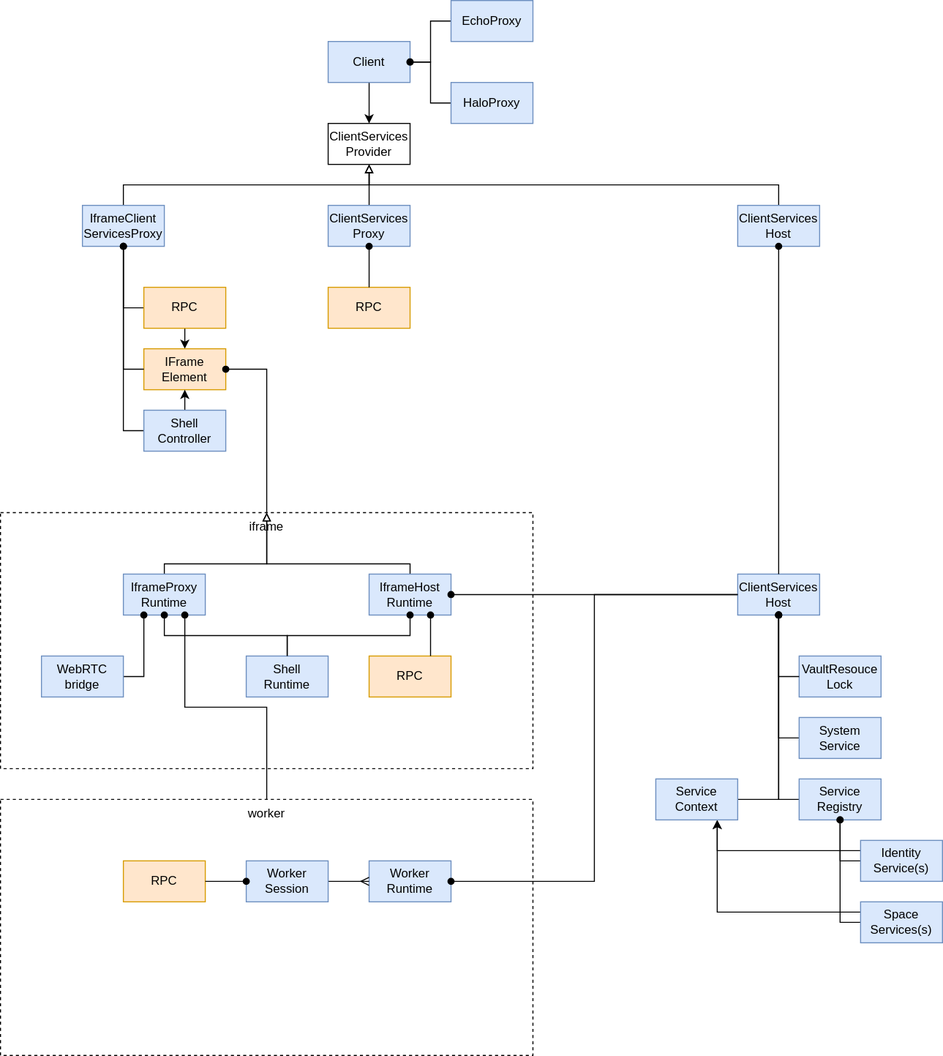
Above: docs/docs/design/diagrams/client-services-class.drawio.svg in dxos/dxos (draw.io), before the change. Source tidied: cells renumbered, new cells last; positions are measured from the earlier drawing's top-left corner, leaving out a move shared by most shapes.
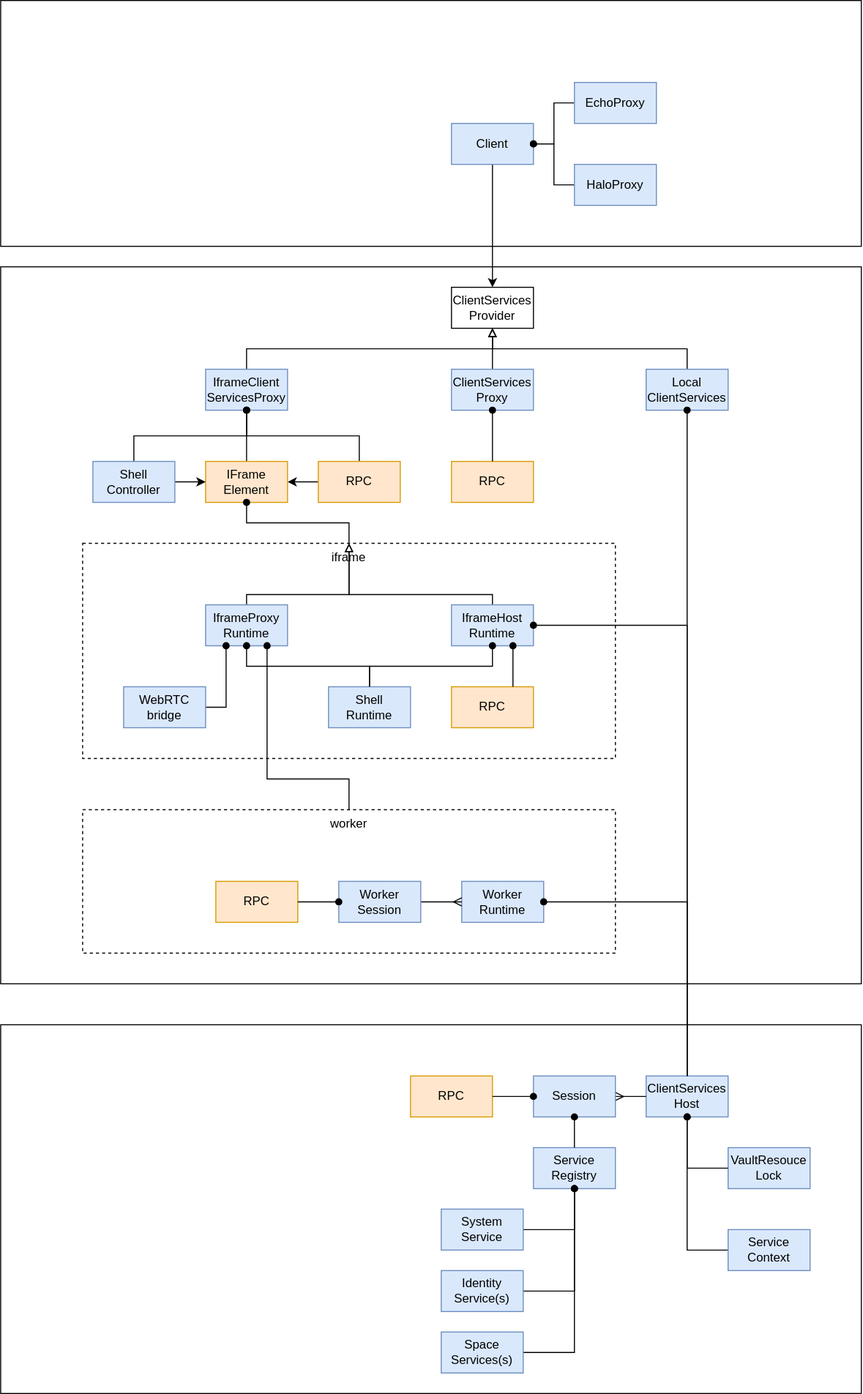
Above is the later version.

What changed in the source:
```diff
@@ -4,6 +4,15 @@
     <mxCell id="1" parent="0" />
+    <mxCell id="63" style="rounded=0;whiteSpace=wrap;html=1;fillColor=default;verticalAlign=top;" parent="1" vertex="1">
+      <mxGeometry x="-120" y="100" width="840" height="700" as="geometry" />
+    </mxCell>
+    <mxCell id="64" style="rounded=0;whiteSpace=wrap;html=1;fillColor=default;verticalAlign=top;" parent="1" vertex="1">
+      <mxGeometry x="-120" y="840" width="840" height="360" as="geometry" />
+    </mxCell>
+    <mxCell id="65" style="rounded=0;whiteSpace=wrap;html=1;fillColor=default;verticalAlign=top;" parent="1" vertex="1">
+      <mxGeometry x="-120" y="-160" width="840" height="240" as="geometry" />
+    </mxCell>
     <mxCell id="2" value="iframe" style="rounded=0;whiteSpace=wrap;html=1;dashed=1;fillColor=none;verticalAlign=top;" parent="1" vertex="1">
-      <mxGeometry y="500" width="520" height="250" as="geometry" />
+      <mxGeometry x="-40" y="370" width="520" height="210" as="geometry" />
     </mxCell>
-    <mxCell id="3" style="edgeStyle=none;html=1;exitX=0.5;exitY=1;exitDx=0;exitDy=0;entryX=0.5;entryY=0;entryDx=0;entryDy=0;" parent="1" edge="1" source="4" target="5">
+    <mxCell id="3" style="edgeStyle=none;html=1;exitX=0.5;exitY=1;exitDx=0;exitDy=0;" parent="1" edge="1" source="4" target="5">
       <mxGeometry relative="1" as="geometry" />
@@ -11,3 +20,3 @@
     <mxCell id="4" value="Client" style="rounded=0;whiteSpace=wrap;html=1;fillColor=#dae8fc;strokeColor=#6c8ebf;" parent="1" vertex="1">
-      <mxGeometry x="320" y="40" width="80" height="40" as="geometry" />
+      <mxGeometry x="320" y="-40" width="80" height="40" as="geometry" />
     </mxCell>
@@ -16,6 +25,6 @@
     </mxCell>
-    <mxCell id="6" style="edgeStyle=orthogonalEdgeStyle;rounded=0;html=1;exitX=0.5;exitY=0;exitDx=0;exitDy=0;entryX=0.5;entryY=1;entryDx=0;entryDy=0;endArrow=block;endFill=0;" parent="1" edge="1" source="61" target="5">
+    <mxCell id="6" style="edgeStyle=orthogonalEdgeStyle;rounded=0;html=1;entryX=0.5;entryY=1;entryDx=0;entryDy=0;endArrow=block;endFill=0;exitX=0.5;exitY=0;exitDx=0;exitDy=0;" parent="1" edge="1" source="66" target="5">
       <mxGeometry relative="1" as="geometry">
         <Array as="points">
-          <mxPoint x="760" y="180" />
+          <mxPoint x="550" y="180" />
           <mxPoint x="360" y="180" />
@@ -25,3 +34,3 @@
     <mxCell id="7" value="ClientServices&lt;br&gt;Host" style="rounded=0;whiteSpace=wrap;html=1;fillColor=#dae8fc;strokeColor=#6c8ebf;" parent="1" vertex="1">
-      <mxGeometry x="720" y="560" width="80" height="40" as="geometry" />
+      <mxGeometry x="510" y="890" width="80" height="40" as="geometry" />
     </mxCell>
@@ -34,3 +43,8 @@
     <mxCell id="10" style="edgeStyle=orthogonalEdgeStyle;html=1;exitX=0.5;exitY=0;exitDx=0;exitDy=0;entryX=0.5;entryY=1;entryDx=0;entryDy=0;endArrow=block;endFill=0;rounded=0;" parent="1" edge="1" source="11" target="5">
-      <mxGeometry relative="1" as="geometry" />
+      <mxGeometry relative="1" as="geometry">
+        <Array as="points">
+          <mxPoint x="120" y="180" />
+          <mxPoint x="360" y="180" />
+        </Array>
+      </mxGeometry>
     </mxCell>
@@ -40,8 +54,8 @@
     <mxCell id="12" value="RPC" style="rounded=0;whiteSpace=wrap;html=1;fillColor=#ffe6cc;strokeColor=#d79b00;" parent="1" vertex="1">
-      <mxGeometry x="320" y="280" width="80" height="40" as="geometry" />
+      <mxGeometry x="320" y="290" width="80" height="40" as="geometry" />
     </mxCell>
-    <mxCell id="13" style="edgeStyle=orthogonalEdgeStyle;rounded=0;html=1;exitX=0;exitY=0.5;exitDx=0;exitDy=0;endArrow=oval;endFill=1;" parent="1" edge="1" source="15" target="11">
+    <mxCell id="13" style="edgeStyle=orthogonalEdgeStyle;rounded=0;html=1;exitX=0.5;exitY=0;exitDx=0;exitDy=0;endArrow=oval;endFill=1;" parent="1" edge="1" source="15" target="11">
       <mxGeometry relative="1" as="geometry" />
     </mxCell>
-    <mxCell id="14" style="edgeStyle=orthogonalEdgeStyle;rounded=0;html=1;exitX=0.5;exitY=1;exitDx=0;exitDy=0;entryX=0.5;entryY=0;entryDx=0;entryDy=0;endArrow=classic;endFill=1;" parent="1" edge="1" source="15" target="16">
+    <mxCell id="14" style="edgeStyle=orthogonalEdgeStyle;rounded=0;html=1;exitX=0;exitY=0.5;exitDx=0;exitDy=0;entryX=1;entryY=0.5;entryDx=0;entryDy=0;endArrow=classic;endFill=1;" parent="1" edge="1" source="15" target="16">
       <mxGeometry relative="1" as="geometry" />
@@ -49,6 +63,9 @@
     <mxCell id="15" value="RPC" style="rounded=0;whiteSpace=wrap;html=1;fillColor=#ffe6cc;strokeColor=#d79b00;" parent="1" vertex="1">
-      <mxGeometry x="140" y="280" width="80" height="40" as="geometry" />
+      <mxGeometry x="190" y="290" width="80" height="40" as="geometry" />
     </mxCell>
+    <mxCell id="18" style="edgeStyle=orthogonalEdgeStyle;rounded=0;html=1;exitX=0.5;exitY=0;exitDx=0;exitDy=0;endArrow=oval;endFill=1;" parent="1" edge="1" source="16" target="11">
+      <mxGeometry relative="1" as="geometry" />
+    </mxCell>
     <mxCell id="16" value="IFrame&lt;br&gt;Element" style="rounded=0;whiteSpace=wrap;html=1;fillColor=#ffe6cc;strokeColor=#d79b00;" parent="1" vertex="1">
-      <mxGeometry x="140" y="340" width="80" height="40" as="geometry" />
+      <mxGeometry x="80" y="290" width="80" height="40" as="geometry" />
     </mxCell>
@@ -57,9 +74,6 @@
     </mxCell>
-    <mxCell id="18" style="html=1;exitX=0;exitY=0.5;exitDx=0;exitDy=0;endArrow=oval;endFill=1;rounded=0;edgeStyle=orthogonalEdgeStyle;" parent="1" edge="1" source="16" target="11">
-      <mxGeometry relative="1" as="geometry" />
-    </mxCell>
-    <mxCell id="19" style="edgeStyle=orthogonalEdgeStyle;rounded=0;html=1;exitX=0;exitY=0.5;exitDx=0;exitDy=0;entryX=0.5;entryY=1;entryDx=0;entryDy=0;endArrow=oval;endFill=1;" parent="1" edge="1" source="21" target="11">
+    <mxCell id="19" style="edgeStyle=orthogonalEdgeStyle;rounded=0;html=1;exitX=0.5;exitY=0;exitDx=0;exitDy=0;entryX=0.5;entryY=1;entryDx=0;entryDy=0;endArrow=oval;endFill=1;" parent="1" edge="1" source="21" target="11">
       <mxGeometry relative="1" as="geometry" />
     </mxCell>
-    <mxCell id="20" style="edgeStyle=orthogonalEdgeStyle;rounded=0;html=1;exitX=0.5;exitY=0;exitDx=0;exitDy=0;entryX=0.5;entryY=1;entryDx=0;entryDy=0;endArrow=classic;endFill=1;" parent="1" edge="1" source="21" target="16">
+    <mxCell id="20" style="edgeStyle=orthogonalEdgeStyle;rounded=0;html=1;exitX=1;exitY=0.5;exitDx=0;exitDy=0;endArrow=classic;endFill=1;" parent="1" edge="1" source="21" target="16">
       <mxGeometry relative="1" as="geometry" />
@@ -67,41 +81,26 @@
     <mxCell id="21" value="Shell&lt;br&gt;Controller" style="rounded=0;whiteSpace=wrap;html=1;fillColor=#dae8fc;strokeColor=#6c8ebf;" parent="1" vertex="1">
-      <mxGeometry x="140" y="400" width="80" height="40" as="geometry" />
+      <mxGeometry x="-30" y="290" width="80" height="40" as="geometry" />
     </mxCell>
     <mxCell id="22" value="VaultResouce&lt;br&gt;Lock" style="rounded=0;whiteSpace=wrap;html=1;fillColor=#dae8fc;strokeColor=#6c8ebf;" parent="1" vertex="1">
-      <mxGeometry x="780" y="640" width="80" height="40" as="geometry" />
+      <mxGeometry x="590" y="960" width="80" height="40" as="geometry" />
     </mxCell>
-    <mxCell id="23" style="edgeStyle=orthogonalEdgeStyle;rounded=0;html=1;exitX=0;exitY=0.5;exitDx=0;exitDy=0;endArrow=oval;endFill=1;" parent="1" edge="1" source="24" target="7">
-      <mxGeometry relative="1" as="geometry" />
-    </mxCell>
     <mxCell id="24" value="Service&lt;br&gt;Registry" style="rounded=0;whiteSpace=wrap;html=1;fillColor=#dae8fc;strokeColor=#6c8ebf;" parent="1" vertex="1">
-      <mxGeometry x="780" y="760" width="80" height="40" as="geometry" />
+      <mxGeometry x="400" y="960" width="80" height="40" as="geometry" />
     </mxCell>
-    <mxCell id="25" style="edgeStyle=orthogonalEdgeStyle;rounded=0;html=1;exitX=0;exitY=0.5;exitDx=0;exitDy=0;endArrow=oval;endFill=1;" parent="1" edge="1" source="22" target="7">
+    <mxCell id="25" style="edgeStyle=orthogonalEdgeStyle;rounded=0;html=1;endArrow=oval;endFill=1;exitX=0;exitY=0.5;exitDx=0;exitDy=0;" parent="1" edge="1" source="22" target="7">
       <mxGeometry relative="1" as="geometry" />
     </mxCell>
-    <mxCell id="26" style="edgeStyle=orthogonalEdgeStyle;rounded=0;html=1;exitX=0;exitY=0.5;exitDx=0;exitDy=0;endArrow=oval;endFill=1;" parent="1" edge="1" source="27" target="7">
-      <mxGeometry relative="1" as="geometry" />
-    </mxCell>
-    <mxCell id="27" value="System&lt;br&gt;Service" style="rounded=0;whiteSpace=wrap;html=1;fillColor=#dae8fc;strokeColor=#6c8ebf;" parent="1" vertex="1">
-      <mxGeometry x="780" y="700" width="80" height="40" as="geometry" />
-    </mxCell>
-    <mxCell id="28" style="edgeStyle=orthogonalEdgeStyle;rounded=0;html=1;exitX=0;exitY=0.5;exitDx=0;exitDy=0;entryX=0.5;entryY=1;entryDx=0;entryDy=0;endArrow=oval;endFill=1;" parent="1" edge="1" source="30" target="24">
+    <mxCell id="28" style="edgeStyle=orthogonalEdgeStyle;rounded=0;html=1;entryX=0.5;entryY=1;entryDx=0;entryDy=0;endArrow=oval;endFill=1;" parent="1" edge="1" source="30" target="24">
       <mxGeometry relative="1" as="geometry" />
     </mxCell>
-    <mxCell id="29" style="edgeStyle=orthogonalEdgeStyle;rounded=0;html=1;exitX=0;exitY=0.25;exitDx=0;exitDy=0;entryX=0.75;entryY=1;entryDx=0;entryDy=0;endArrow=classic;endFill=1;" parent="1" edge="1" source="30" target="35">
-      <mxGeometry relative="1" as="geometry" />
-    </mxCell>
     <mxCell id="30" value="Identity&lt;br&gt;Service(s)" style="rounded=0;whiteSpace=wrap;html=1;fillColor=#dae8fc;strokeColor=#6c8ebf;" parent="1" vertex="1">
-      <mxGeometry x="840" y="820" width="80" height="40" as="geometry" />
+      <mxGeometry x="310" y="1080" width="80" height="40" as="geometry" />
     </mxCell>
-    <mxCell id="31" style="edgeStyle=orthogonalEdgeStyle;rounded=0;html=1;exitX=0;exitY=0.5;exitDx=0;exitDy=0;endArrow=oval;endFill=1;" parent="1" edge="1" source="33" target="24">
+    <mxCell id="31" style="edgeStyle=orthogonalEdgeStyle;rounded=0;html=1;exitX=1;exitY=0.5;exitDx=0;exitDy=0;endArrow=oval;endFill=1;" parent="1" edge="1" source="33" target="24">
       <mxGeometry relative="1" as="geometry" />
     </mxCell>
-    <mxCell id="32" style="edgeStyle=orthogonalEdgeStyle;rounded=0;html=1;exitX=0;exitY=0.25;exitDx=0;exitDy=0;entryX=0.75;entryY=1;entryDx=0;entryDy=0;endArrow=classic;endFill=1;" parent="1" edge="1" source="33" target="35">
-      <mxGeometry relative="1" as="geometry" />
-    </mxCell>
     <mxCell id="33" value="Space&lt;br&gt;Services(s)" style="rounded=0;whiteSpace=wrap;html=1;fillColor=#dae8fc;strokeColor=#6c8ebf;" parent="1" vertex="1">
-      <mxGeometry x="840" y="880" width="80" height="40" as="geometry" />
+      <mxGeometry x="310" y="1140" width="80" height="40" as="geometry" />
     </mxCell>
-    <mxCell id="34" style="edgeStyle=orthogonalEdgeStyle;rounded=0;html=1;exitX=1;exitY=0.5;exitDx=0;exitDy=0;endArrow=oval;endFill=1;" parent="1" edge="1" source="35" target="7">
+    <mxCell id="34" style="edgeStyle=orthogonalEdgeStyle;rounded=0;html=1;endArrow=oval;endFill=1;exitX=0;exitY=0.5;exitDx=0;exitDy=0;" parent="1" edge="1" source="35" target="7">
       <mxGeometry relative="1" as="geometry" />
@@ -109,3 +108,3 @@
     <mxCell id="35" value="Service&lt;br&gt;Context" style="rounded=0;whiteSpace=wrap;html=1;fillColor=#dae8fc;strokeColor=#6c8ebf;" parent="1" vertex="1">
-      <mxGeometry x="640" y="760" width="80" height="40" as="geometry" />
+      <mxGeometry x="590" y="1040" width="80" height="40" as="geometry" />
     </mxCell>
@@ -113,6 +112,6 @@
       <mxGeometry relative="1" as="geometry">
-        <mxPoint x="260" y="500" as="targetPoint" />
+        <mxPoint x="220" y="370" as="targetPoint" />
         <Array as="points">
-          <mxPoint x="400" y="550" />
-          <mxPoint x="260" y="550" />
+          <mxPoint x="360" y="420" />
+          <mxPoint x="220" y="420" />
         </Array>
@@ -121,3 +120,3 @@
     <mxCell id="37" value="IframeHost&lt;br&gt;Runtime" style="rounded=0;whiteSpace=wrap;html=1;fillColor=#dae8fc;strokeColor=#6c8ebf;" parent="1" vertex="1">
-      <mxGeometry x="360" y="560" width="80" height="40" as="geometry" />
+      <mxGeometry x="320" y="430" width="80" height="40" as="geometry" />
     </mxCell>
@@ -127,9 +126,13 @@
     <mxCell id="39" value="IframeProxy&lt;br&gt;Runtime" style="rounded=0;whiteSpace=wrap;html=1;fillColor=#dae8fc;strokeColor=#6c8ebf;" parent="1" vertex="1">
-      <mxGeometry x="120" y="560" width="80" height="40" as="geometry" />
+      <mxGeometry x="80" y="430" width="80" height="40" as="geometry" />
     </mxCell>
-    <mxCell id="40" style="edgeStyle=orthogonalEdgeStyle;rounded=0;html=1;endArrow=oval;endFill=1;entryX=1;entryY=0.5;entryDx=0;entryDy=0;" parent="1" edge="1" source="2" target="16">
+    <mxCell id="40" style="edgeStyle=orthogonalEdgeStyle;rounded=0;html=1;endArrow=oval;endFill=1;" parent="1" edge="1" source="2" target="16">
       <mxGeometry relative="1" as="geometry" />
     </mxCell>
-    <mxCell id="41" style="edgeStyle=orthogonalEdgeStyle;rounded=0;html=1;exitX=0;exitY=0.5;exitDx=0;exitDy=0;endArrow=oval;endFill=1;" parent="1" edge="1" source="7" target="37">
-      <mxGeometry relative="1" as="geometry" />
+    <mxCell id="41" style="edgeStyle=orthogonalEdgeStyle;rounded=0;html=1;endArrow=oval;endFill=1;exitX=0.5;exitY=0;exitDx=0;exitDy=0;" parent="1" edge="1" source="7" target="37">
+      <mxGeometry relative="1" as="geometry">
+        <Array as="points">
+          <mxPoint x="550" y="450" />
+        </Array>
+      </mxGeometry>
     </mxCell>
@@ -139,3 +142,3 @@
     <mxCell id="43" value="Shell&lt;br&gt;Runtime" style="rounded=0;whiteSpace=wrap;html=1;fillColor=#dae8fc;strokeColor=#6c8ebf;" parent="1" vertex="1">
-      <mxGeometry x="240" y="640" width="80" height="40" as="geometry" />
+      <mxGeometry x="200" y="510" width="80" height="40" as="geometry" />
     </mxCell>
@@ -144,4 +147,4 @@
         <Array as="points">
-          <mxPoint x="280" y="620" />
-          <mxPoint x="160" y="620" />
+          <mxPoint x="240" y="490" />
+          <mxPoint x="120" y="490" />
         </Array>
@@ -153,12 +156,17 @@
     <mxCell id="46" value="WebRTC&lt;br&gt;bridge" style="rounded=0;whiteSpace=wrap;html=1;fillColor=#dae8fc;strokeColor=#6c8ebf;" parent="1" vertex="1">
-      <mxGeometry x="40" y="640" width="80" height="40" as="geometry" />
+      <mxGeometry y="510" width="80" height="40" as="geometry" />
     </mxCell>
     <mxCell id="47" style="edgeStyle=orthogonalEdgeStyle;rounded=0;html=1;exitX=0.5;exitY=0;exitDx=0;exitDy=0;entryX=0.75;entryY=1;entryDx=0;entryDy=0;endArrow=oval;endFill=1;" parent="1" edge="1" source="48" target="39">
-      <mxGeometry relative="1" as="geometry" />
+      <mxGeometry relative="1" as="geometry">
+        <Array as="points">
+          <mxPoint x="220" y="600" />
+          <mxPoint x="140" y="600" />
+        </Array>
+      </mxGeometry>
     </mxCell>
     <mxCell id="48" value="worker" style="rounded=0;whiteSpace=wrap;html=1;dashed=1;fillColor=none;verticalAlign=top;" parent="1" vertex="1">
-      <mxGeometry y="780" width="520" height="250" as="geometry" />
+      <mxGeometry x="-40" y="630" width="520" height="140" as="geometry" />
     </mxCell>
     <mxCell id="49" value="Worker&lt;br&gt;Runtime" style="rounded=0;whiteSpace=wrap;html=1;fillColor=#dae8fc;strokeColor=#6c8ebf;" parent="1" vertex="1">
-      <mxGeometry x="360" y="840" width="80" height="40" as="geometry" />
+      <mxGeometry x="330" y="700" width="80" height="40" as="geometry" />
     </mxCell>
@@ -167,4 +175,3 @@
         <Array as="points">
-          <mxPoint x="580" y="580" />
-          <mxPoint x="580" y="860" />
+          <mxPoint x="550" y="720" />
         </Array>
@@ -176,6 +183,6 @@
     <mxCell id="52" value="Worker&lt;br&gt;Session" style="rounded=0;whiteSpace=wrap;html=1;fillColor=#dae8fc;strokeColor=#6c8ebf;" parent="1" vertex="1">
-      <mxGeometry x="240" y="840" width="80" height="40" as="geometry" />
+      <mxGeometry x="210" y="700" width="80" height="40" as="geometry" />
     </mxCell>
     <mxCell id="53" value="RPC" style="rounded=0;whiteSpace=wrap;html=1;fillColor=#ffe6cc;strokeColor=#d79b00;" parent="1" vertex="1">
-      <mxGeometry x="120" y="840" width="80" height="40" as="geometry" />
+      <mxGeometry x="90" y="700" width="80" height="40" as="geometry" />
     </mxCell>
@@ -185,3 +192,3 @@
     <mxCell id="55" value="RPC" style="rounded=0;whiteSpace=wrap;html=1;fillColor=#ffe6cc;strokeColor=#d79b00;" parent="1" vertex="1">
-      <mxGeometry x="360" y="640" width="80" height="40" as="geometry" />
+      <mxGeometry x="320" y="510" width="80" height="40" as="geometry" />
     </mxCell>
@@ -194,3 +201,3 @@
     <mxCell id="58" value="EchoProxy" style="rounded=0;whiteSpace=wrap;html=1;fillColor=#dae8fc;strokeColor=#6c8ebf;" parent="1" vertex="1">
-      <mxGeometry x="440" width="80" height="40" as="geometry" />
+      <mxGeometry x="440" y="-80" width="80" height="40" as="geometry" />
     </mxCell>
@@ -198,6 +205,6 @@
       <mxGeometry relative="1" as="geometry">
-        <mxPoint x="400" y="60" as="targetPoint" />
+        <mxPoint x="400" y="-20" as="targetPoint" />
         <Array as="points">
-          <mxPoint x="420" y="100" />
-          <mxPoint x="420" y="60" />
+          <mxPoint x="420" y="20" />
+          <mxPoint x="420" y="-20" />
         </Array>
@@ -206,10 +213,31 @@
     <mxCell id="60" value="HaloProxy" style="rounded=0;whiteSpace=wrap;html=1;fillColor=#dae8fc;strokeColor=#6c8ebf;" parent="1" vertex="1">
-      <mxGeometry x="440" y="80" width="80" height="40" as="geometry" />
+      <mxGeometry x="440" width="80" height="40" as="geometry" />
     </mxCell>
-    <mxCell id="61" value="ClientServices&lt;br&gt;Host" style="rounded=0;whiteSpace=wrap;html=1;fillColor=#dae8fc;strokeColor=#6c8ebf;" parent="1" vertex="1">
-      <mxGeometry x="720" y="200" width="80" height="40" as="geometry" />
-    </mxCell>
-    <mxCell id="62" style="edgeStyle=orthogonalEdgeStyle;rounded=0;html=1;exitX=0.5;exitY=0;exitDx=0;exitDy=0;entryX=0.5;entryY=1;entryDx=0;entryDy=0;endArrow=oval;endFill=1;" parent="1" edge="1" source="7" target="61">
-      <mxGeometry relative="1" as="geometry" />
-    </mxCell>
+    <mxCell id="66" value="Local&lt;br&gt;ClientServices" style="rounded=0;whiteSpace=wrap;html=1;fillColor=#dae8fc;strokeColor=#6c8ebf;" parent="1" vertex="1">
+      <mxGeometry x="510" y="200" width="80" height="40" as="geometry" />
+    </mxCell>
+    <mxCell id="67" style="html=1;exitX=0.5;exitY=0;exitDx=0;exitDy=0;entryX=0.5;entryY=1;entryDx=0;entryDy=0;endArrow=oval;endFill=1;edgeStyle=orthogonalEdgeStyle;rounded=0;" parent="1" edge="1" source="7" target="66">
+      <mxGeometry relative="1" as="geometry" />
+    </mxCell>
+    <mxCell id="68" style="edgeStyle=orthogonalEdgeStyle;html=1;entryX=1;entryY=0.5;entryDx=0;entryDy=0;endArrow=ERmany;endFill=0;exitX=0;exitY=0.5;exitDx=0;exitDy=0;rounded=0;" parent="1" edge="1" source="7" target="69">
+      <mxGeometry relative="1" as="geometry" />
+    </mxCell>
+    <mxCell id="69" value="Session" style="rounded=0;whiteSpace=wrap;html=1;fillColor=#dae8fc;strokeColor=#6c8ebf;" parent="1" vertex="1">
+      <mxGeometry x="400" y="890" width="80" height="40" as="geometry" />
+    </mxCell>
+    <mxCell id="70" style="edgeStyle=none;html=1;endArrow=oval;endFill=1;exitX=0.5;exitY=0;exitDx=0;exitDy=0;" parent="1" edge="1" source="24" target="69">
+      <mxGeometry relative="1" as="geometry" />
+    </mxCell>
+    <mxCell id="71" style="edgeStyle=orthogonalEdgeStyle;html=1;endArrow=oval;endFill=1;rounded=0;entryX=0.5;entryY=1;entryDx=0;entryDy=0;" parent="1" edge="1" source="27" target="24">
+      <mxGeometry relative="1" as="geometry" />
+    </mxCell>
+    <mxCell id="27" value="System&lt;br&gt;Service" style="rounded=0;whiteSpace=wrap;html=1;fillColor=#dae8fc;strokeColor=#6c8ebf;" parent="1" vertex="1">
+      <mxGeometry x="310" y="1020" width="80" height="40" as="geometry" />
+    </mxCell>
+    <mxCell id="72" value="RPC" style="rounded=0;whiteSpace=wrap;html=1;fillColor=#ffe6cc;strokeColor=#d79b00;" parent="1" vertex="1">
+      <mxGeometry x="280" y="890" width="80" height="40" as="geometry" />
+    </mxCell>
+    <mxCell id="73" style="edgeStyle=orthogonalEdgeStyle;rounded=0;html=1;exitX=1;exitY=0.5;exitDx=0;exitDy=0;entryX=0;entryY=0.5;entryDx=0;entryDy=0;endArrow=oval;endFill=1;" parent="1" edge="1" source="72" target="69">
+      <mxGeometry relative="1" as="geometry" />
+    </mxCell>
   </root>
```
